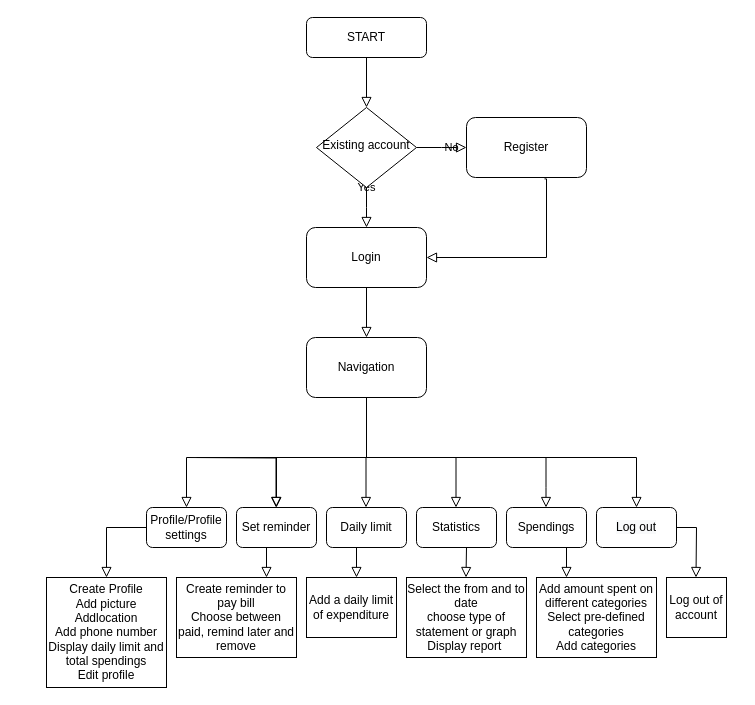
The draw.io diagram ExpenseTracker.drawio in radhika294/ExpenseTracker-diagram, before the edit. Source tidied: cells renumbered, new cells numbered last; positions are measured from the earlier drawing's top-left corner, leaving out a move shared by most shapes. Both pictures are drawn from the tidied source at 100%, with x=0, y=0 at pixel (46, 17).
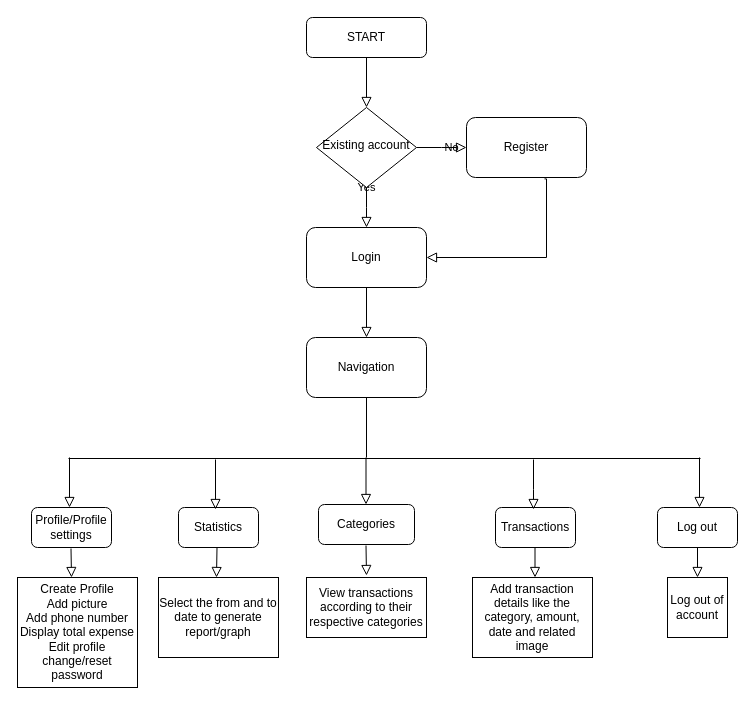
The same page after the edit.

Diff of the diagram source:
```diff
@@
     <mxCell id="12" style="endArrow=none;html=1;" parent="1" edge="1">
       <mxGeometry relative="1" as="geometry">
-        <mxPoint x="150" y="440" as="sourcePoint" />
-        <mxPoint x="590" y="440" as="targetPoint" />
+        <mxPoint x="22" y="441" as="sourcePoint" />
+        <mxPoint x="654" y="441" as="targetPoint" />
       </mxGeometry>
     </mxCell>
@@
     <mxCell id="14" style="rounded=0;html=1;jettySize=auto;orthogonalLoop=1;fontSize=11;endArrow=block;endFill=0;endSize=8;strokeWidth=1;shadow=0;labelBackgroundColor=none;edgeStyle=orthogonalEdgeStyle;" parent="1" edge="1">
       <mxGeometry relative="1" as="geometry">
-        <mxPoint x="140" y="440" as="sourcePoint" />
-        <mxPoint x="140" y="490" as="targetPoint" />
+        <mxPoint x="23" y="440" as="sourcePoint" />
+        <mxPoint x="23" y="490" as="targetPoint" />
       </mxGeometry>
     </mxCell>
     <mxCell id="15" style="rounded=0;html=1;jettySize=auto;orthogonalLoop=1;fontSize=11;endArrow=block;endFill=0;endSize=8;strokeWidth=1;shadow=0;labelBackgroundColor=none;edgeStyle=orthogonalEdgeStyle;" parent="1" edge="1">
       <mxGeometry relative="1" as="geometry">
-        <mxPoint x="590" y="440" as="sourcePoint" />
-        <mxPoint x="590" y="490" as="targetPoint" />
+        <mxPoint x="653" y="440" as="sourcePoint" />
+        <mxPoint x="653" y="490" as="targetPoint" />
       </mxGeometry>
     </mxCell>
     <mxCell id="16" value="Profile/Profile settings" style="rounded=1;whiteSpace=wrap;html=1;" parent="1" vertex="1">
-      <mxGeometry x="100" y="490" width="80" height="40" as="geometry" />
+      <mxGeometry x="-15" y="490" width="80" height="40" as="geometry" />
     </mxCell>
-    <mxCell id="17" value="Spendings" style="rounded=1;whiteSpace=wrap;html=1;" parent="1" vertex="1">
-      <mxGeometry x="460" y="490" width="80" height="40" as="geometry" />
+    <mxCell id="17" value="Transactions" style="rounded=1;whiteSpace=wrap;html=1;" parent="1" vertex="1">
+      <mxGeometry x="449" y="490" width="80" height="40" as="geometry" />
     </mxCell>
-    <mxCell id="18" value="Daily limit" style="rounded=1;whiteSpace=wrap;html=1;" parent="1" vertex="1">
-      <mxGeometry x="280" y="490" width="80" height="40" as="geometry" />
-    </mxCell>
     <mxCell id="19" value="Statistics" style="rounded=1;whiteSpace=wrap;html=1;" parent="1" vertex="1">
-      <mxGeometry x="370" y="490" width="80" height="40" as="geometry" />
+      <mxGeometry x="132" y="490" width="80" height="40" as="geometry" />
     </mxCell>
-    <mxCell id="20" value="&#10;&#10;&lt;span style=&quot;color: rgb(0, 0, 0); font-family: helvetica; font-size: 12px; font-style: normal; font-weight: 400; letter-spacing: normal; text-align: center; text-indent: 0px; text-transform: none; word-spacing: 0px; background-color: rgb(248, 249, 250); display: inline; float: none;&quot;&gt;Log out&lt;/span&gt;&#10;&#10;" style="rounded=1;whiteSpace=wrap;html=1;" parent="1" vertex="1">
-      <mxGeometry x="550" y="490" width="80" height="40" as="geometry" />
+    <mxCell id="20" value="Log out" style="rounded=1;whiteSpace=wrap;html=1;" parent="1" vertex="1">
+      <mxGeometry x="611" y="490" width="80" height="40" as="geometry" />
     </mxCell>
-    <mxCell id="21" style="rounded=0;html=1;jettySize=auto;orthogonalLoop=1;fontSize=11;endArrow=block;endFill=0;endSize=8;strokeWidth=1;shadow=0;labelBackgroundColor=none;edgeStyle=orthogonalEdgeStyle;" parent="1" edge="1">
-      <mxGeometry relative="1" as="geometry">
-        <mxPoint x="229.5" y="440" as="sourcePoint" />
-        <mxPoint x="229.5" y="490" as="targetPoint" />
-      </mxGeometry>
-    </mxCell>
     <mxCell id="22" style="rounded=0;html=1;jettySize=auto;orthogonalLoop=1;fontSize=11;endArrow=block;endFill=0;endSize=8;strokeWidth=1;shadow=0;labelBackgroundColor=none;edgeStyle=orthogonalEdgeStyle;" parent="1" edge="1">
       <mxGeometry relative="1" as="geometry">
-        <mxPoint x="499.5" y="440" as="sourcePoint" />
-        <mxPoint x="499.5" y="490" as="targetPoint" />
+        <mxPoint x="487" y="442" as="sourcePoint" />
+        <mxPoint x="487" y="492" as="targetPoint" />
         <Array as="points">
-          <mxPoint x="500" y="470" />
-          <mxPoint x="500" y="470" />
+          <mxPoint x="487.5" y="472" />
+          <mxPoint x="487.5" y="472" />
         </Array>
       </mxGeometry>
     </mxCell>
     <mxCell id="23" style="rounded=0;html=1;jettySize=auto;orthogonalLoop=1;fontSize=11;endArrow=block;endFill=0;endSize=8;strokeWidth=1;shadow=0;labelBackgroundColor=none;edgeStyle=orthogonalEdgeStyle;" parent="1" edge="1">
       <mxGeometry relative="1" as="geometry">
-        <mxPoint x="409.5" y="440" as="sourcePoint" />
-        <mxPoint x="409.5" y="490" as="targetPoint" />
+        <mxPoint x="169" y="442" as="sourcePoint" />
+        <mxPoint x="169" y="492" as="targetPoint" />
       </mxGeometry>
     </mxCell>
-    <mxCell id="24" style="rounded=0;html=1;jettySize=auto;orthogonalLoop=1;fontSize=11;endArrow=block;endFill=0;endSize=8;strokeWidth=1;shadow=0;labelBackgroundColor=none;edgeStyle=orthogonalEdgeStyle;" parent="1" edge="1">
-      <mxGeometry relative="1" as="geometry">
-        <mxPoint x="319.5" y="440" as="sourcePoint" />
-        <mxPoint x="319.5" y="490" as="targetPoint" />
-      </mxGeometry>
-    </mxCell>
-    <mxCell id="25" value="Create Profile&lt;br&gt;Add picture&lt;br&gt;Addlocation&lt;br&gt;Add phone number&lt;br&gt;Display daily limit and total spendings&lt;br&gt;&lt;span style=&quot;color: rgb(0 , 0 , 0) ; font-family: &amp;#34;helvetica&amp;#34; ; font-size: 12px ; font-style: normal ; font-weight: 400 ; letter-spacing: normal ; text-align: center ; text-indent: 0px ; text-transform: none ; word-spacing: 0px ; background-color: rgb(255 , 255 , 255) ; display: inline ; float: none&quot;&gt;Edit profile&lt;/span&gt;" style="rounded=0;whiteSpace=wrap;html=1;" parent="1" vertex="1">
-      <mxGeometry y="560" width="120" height="110" as="geometry" />
+    <mxCell id="25" value="Create Profile&lt;br&gt;Add picture&lt;br&gt;Add phone number&lt;br&gt;Display total expense&lt;br&gt;&lt;span style=&quot;color: rgb(0 , 0 , 0) ; font-family: &amp;#34;helvetica&amp;#34; ; font-size: 12px ; font-style: normal ; font-weight: 400 ; letter-spacing: normal ; text-align: center ; text-indent: 0px ; text-transform: none ; word-spacing: 0px ; background-color: rgb(255 , 255 , 255) ; display: inline ; float: none&quot;&gt;Edit profile&lt;br&gt;change/reset password&lt;br&gt;&lt;/span&gt;" style="rounded=0;whiteSpace=wrap;html=1;" parent="1" vertex="1">
+      <mxGeometry x="-29" y="560" width="120" height="110" as="geometry" />
     </mxCell>
-    <mxCell id="26" value="Create reminder to pay bill&lt;br&gt;Choose between paid, remind later and remove" style="rounded=0;whiteSpace=wrap;html=1;" parent="1" vertex="1">
-      <mxGeometry x="130" y="560" width="120" height="80" as="geometry" />
-    </mxCell>
-    <mxCell id="27" value="Add a daily limit of expenditure" style="rounded=0;whiteSpace=wrap;html=1;" parent="1" vertex="1">
-      <mxGeometry x="260" y="560" width="90" height="60" as="geometry" />
-    </mxCell>
-    <mxCell id="28" value="Select the from and to date&lt;br&gt;choose type of statement or graph&lt;br&gt;Display report&amp;nbsp;" style="rounded=0;whiteSpace=wrap;html=1;" parent="1" vertex="1">
-      <mxGeometry x="360" y="560" width="120" height="80" as="geometry" />
+    <mxCell id="28" value="Select the from and to date to generate report/graph" style="rounded=0;whiteSpace=wrap;html=1;" parent="1" vertex="1">
+      <mxGeometry x="112" y="560" width="120" height="80" as="geometry" />
     </mxCell>
-    <mxCell id="29" value="Add amount spent on different categories&lt;br&gt;Select pre-defined categories&lt;br&gt;Add categories" style="rounded=0;whiteSpace=wrap;html=1;" parent="1" vertex="1">
-      <mxGeometry x="490" y="560" width="120" height="80" as="geometry" />
+    <mxCell id="29" value="Add transaction details like the category, amount, date and related image" style="rounded=0;whiteSpace=wrap;html=1;" parent="1" vertex="1">
+      <mxGeometry x="426" y="560" width="120" height="80" as="geometry" />
     </mxCell>
     <mxCell id="30" value="Log out of account" style="rounded=0;whiteSpace=wrap;html=1;" parent="1" vertex="1">
-      <mxGeometry x="620" y="560" width="60" height="60" as="geometry" />
+      <mxGeometry x="621" y="560" width="60" height="60" as="geometry" />
     </mxCell>
-    <mxCell id="31" style="rounded=0;html=1;jettySize=auto;fontSize=11;endArrow=block;endFill=0;endSize=8;strokeWidth=1;shadow=0;labelBackgroundColor=none;edgeStyle=orthogonalEdgeStyle;" parent="1" edge="1" target="32">
-      <mxGeometry relative="1" as="geometry">
-        <mxPoint x="140" y="440" as="sourcePoint" />
-      </mxGeometry>
-    </mxCell>
-    <mxCell id="32" value="Set reminder" style="rounded=1;whiteSpace=wrap;html=1;" parent="1" vertex="1">
-      <mxGeometry x="190" y="490" width="80" height="40" as="geometry" />
-    </mxCell>
     <mxCell id="33" style="rounded=0;html=1;jettySize=auto;orthogonalLoop=1;fontSize=11;endArrow=block;endFill=0;endSize=8;strokeWidth=1;shadow=0;labelBackgroundColor=none;edgeStyle=orthogonalEdgeStyle;" parent="1" edge="1">
       <mxGeometry relative="1" as="geometry">
-        <mxPoint x="520" y="530" as="sourcePoint" />
-        <mxPoint x="520" y="560" as="targetPoint" />
+        <mxPoint x="488.5" y="530" as="sourcePoint" />
+        <mxPoint x="488.5" y="560" as="targetPoint" />
       </mxGeometry>
     </mxCell>
     <mxCell id="34" style="rounded=0;html=1;jettySize=auto;orthogonalLoop=1;fontSize=11;endArrow=block;endFill=0;endSize=8;strokeWidth=1;shadow=0;labelBackgroundColor=none;edgeStyle=orthogonalEdgeStyle;" parent="1" edge="1">
       <mxGeometry relative="1" as="geometry">
-        <mxPoint x="420" y="530" as="sourcePoint" />
-        <mxPoint x="419.5" y="560" as="targetPoint" />
+        <mxPoint x="170.5" y="530" as="sourcePoint" />
+        <mxPoint x="170" y="560" as="targetPoint" />
       </mxGeometry>
     </mxCell>
-    <mxCell id="35" style="rounded=0;html=1;jettySize=auto;fontSize=11;endArrow=block;endFill=0;endSize=8;strokeWidth=1;shadow=0;labelBackgroundColor=none;edgeStyle=orthogonalEdgeStyle;entryX=0.5;entryY=0;entryDx=0;entryDy=0;exitX=0;exitY=0.5;exitDx=0;exitDy=0;" parent="1" edge="1" source="16" target="25">
-      <mxGeometry relative="1" as="geometry" />
-    </mxCell>
-    <mxCell id="36" style="rounded=0;html=1;jettySize=auto;orthogonalLoop=1;fontSize=11;endArrow=block;endFill=0;endSize=8;strokeWidth=1;shadow=0;labelBackgroundColor=none;edgeStyle=orthogonalEdgeStyle;" parent="1" edge="1">
-      <mxGeometry relative="1" as="geometry">
-        <mxPoint x="310" y="530" as="sourcePoint" />
-        <mxPoint x="310" y="560" as="targetPoint" />
-      </mxGeometry>
-    </mxCell>
-    <mxCell id="37" style="rounded=0;html=1;jettySize=auto;orthogonalLoop=1;fontSize=11;endArrow=block;endFill=0;endSize=8;strokeWidth=1;shadow=0;labelBackgroundColor=none;edgeStyle=orthogonalEdgeStyle;" parent="1" edge="1">
-      <mxGeometry relative="1" as="geometry">
-        <mxPoint x="220" y="530" as="sourcePoint" />
-        <mxPoint x="220" y="560" as="targetPoint" />
-      </mxGeometry>
-    </mxCell>
-    <mxCell id="38" style="rounded=0;html=1;jettySize=auto;fontSize=11;endArrow=block;endFill=0;endSize=8;strokeWidth=1;shadow=0;labelBackgroundColor=none;edgeStyle=orthogonalEdgeStyle;exitX=1;exitY=0.5;exitDx=0;exitDy=0;" parent="1" edge="1" source="20">
-      <mxGeometry relative="1" as="geometry">
-        <mxPoint x="649.5" y="560" as="targetPoint" />
-      </mxGeometry>
+    <mxCell id="38" style="rounded=0;html=1;jettySize=auto;fontSize=11;endArrow=block;endFill=0;endSize=8;strokeWidth=1;shadow=0;labelBackgroundColor=none;edgeStyle=orthogonalEdgeStyle;exitX=0.5;exitY=1;exitDx=0;exitDy=0;entryX=0.5;entryY=0;entryDx=0;entryDy=0;" parent="1" edge="1" source="20" target="30">
+      <mxGeometry relative="1" as="geometry" />
     </mxCell>
+    <mxCell id="39" style="rounded=0;html=1;jettySize=auto;orthogonalLoop=1;fontSize=11;endArrow=block;endFill=0;endSize=8;strokeWidth=1;shadow=0;labelBackgroundColor=none;edgeStyle=orthogonalEdgeStyle;" parent="1" edge="1">
+      <mxGeometry relative="1" as="geometry">
+        <mxPoint x="24.5" y="531" as="sourcePoint" />
+        <mxPoint x="25" y="560" as="targetPoint" />
+      </mxGeometry>
+    </mxCell>
+    <mxCell id="40" style="rounded=0;html=1;jettySize=auto;fontSize=11;endArrow=block;endFill=0;endSize=8;strokeWidth=1;shadow=0;labelBackgroundColor=none;edgeStyle=orthogonalEdgeStyle;" parent="1" edge="1" target="41">
+      <mxGeometry relative="1" as="geometry">
+        <mxPoint x="319.5" y="440" as="sourcePoint" />
+      </mxGeometry>
+    </mxCell>
+    <mxCell id="41" value="Categories" style="rounded=1;whiteSpace=wrap;html=1;" parent="1" vertex="1">
+      <mxGeometry x="272" y="487" width="96" height="40" as="geometry" />
+    </mxCell>
+    <mxCell id="42" style="rounded=0;html=1;jettySize=auto;orthogonalLoop=1;fontSize=11;endArrow=block;endFill=0;endSize=8;strokeWidth=1;shadow=0;labelBackgroundColor=none;edgeStyle=orthogonalEdgeStyle;" parent="1" edge="1">
+      <mxGeometry relative="1" as="geometry">
+        <mxPoint x="319.5" y="528" as="sourcePoint" />
+        <mxPoint x="320" y="558" as="targetPoint" />
+      </mxGeometry>
+    </mxCell>
+    <mxCell id="43" value="View transactions according to their respective categories" style="rounded=0;whiteSpace=wrap;html=1;" parent="1" vertex="1">
+      <mxGeometry x="260" y="560" width="120" height="60" as="geometry" />
+    </mxCell>
```
